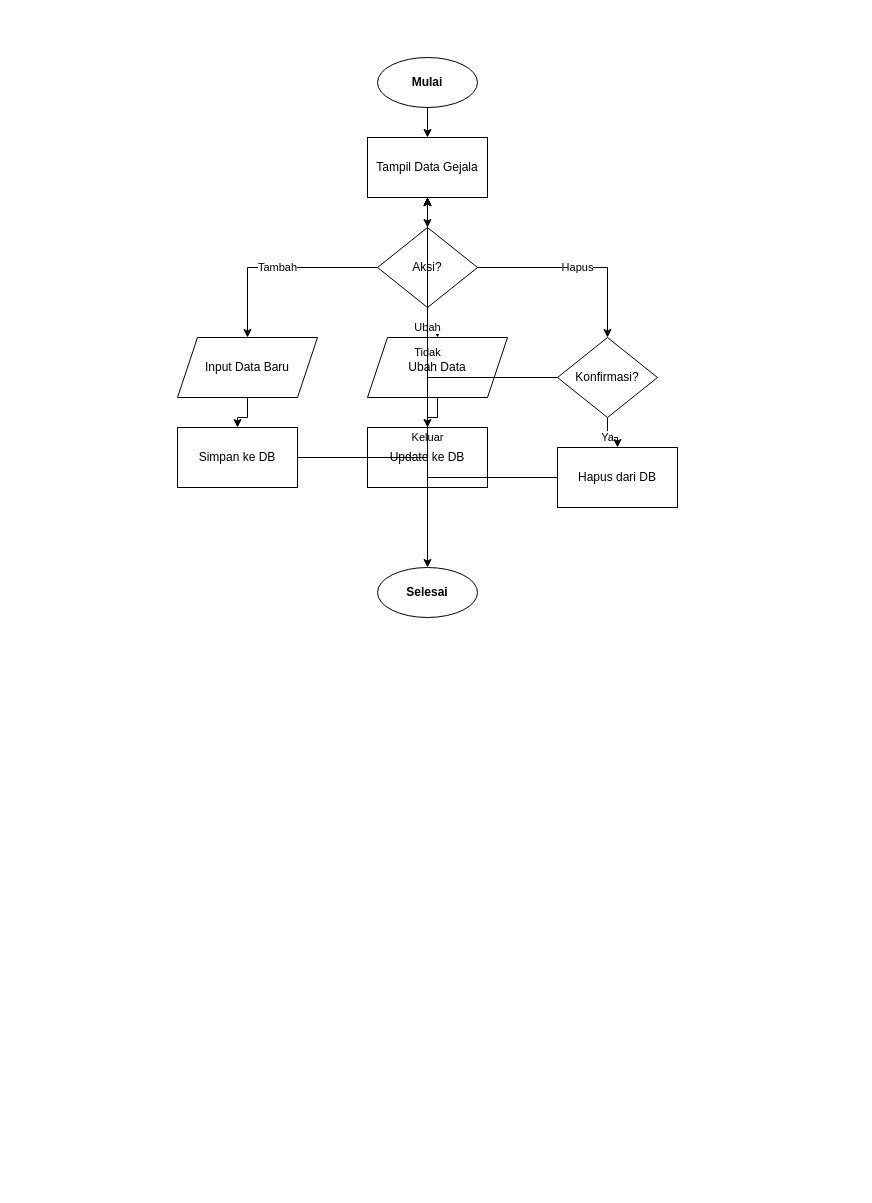
This is diagram/flowchart/admin_gejala.drawio from Jinsky/Jinsky, a draw.io file, before an edit. Source tidied: cells renumbered, new cells numbered last; positions are measured from the earlier drawing's top-left corner, leaving out a move shared by most shapes. Both pictures are drawn from the tidied source at 100%, with x=0, y=0 at pixel (27, 17).
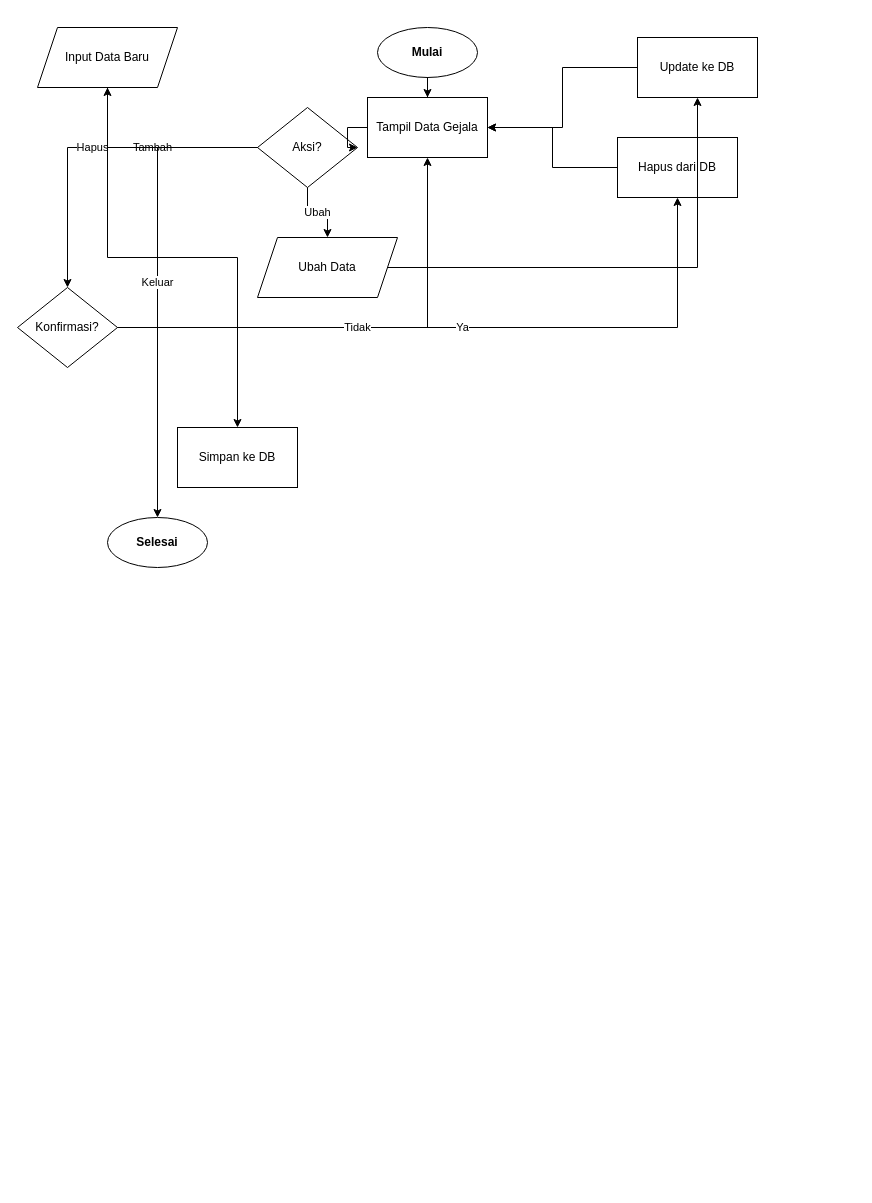
After the change.

Commit message (it also covers changes not shown here):
refactor: improve layout and structure of flowchart diagrams for admin rules and symptoms

Unchanged cells that the change refers to:
```xml
<mxCell id="7" value="Simpan ke DB" style="rounded=0;whiteSpace=wrap;html=1;fontSize=12;fillColor=#ffffff;strokeColor=#000000;" parent="1" vertex="1">
  <mxGeometry x="150" y="410" width="120" height="60" as="geometry" />
</mxCell>
```

Change to the diagram source:
```diff
@@
     <mxCell id="3" value="Mulai" style="ellipse;whiteSpace=wrap;html=1;fontStyle=1;fontSize=12;fillColor=#ffffff;strokeColor=#000000;" parent="1" vertex="1">
-      <mxGeometry x="350" y="40" width="100" height="50" as="geometry" />
+      <mxGeometry x="350" y="10" width="100" height="50" as="geometry" />
     </mxCell>
     <mxCell id="4" value="Tampil Data Gejala" style="rounded=0;whiteSpace=wrap;html=1;fontSize=12;fillColor=#ffffff;strokeColor=#000000;" parent="1" vertex="1">
-      <mxGeometry x="340" y="120" width="120" height="60" as="geometry" />
+      <mxGeometry x="340" y="80" width="120" height="60" as="geometry" />
     </mxCell>
     <mxCell id="5" value="Aksi?" style="rhombus;whiteSpace=wrap;html=1;fontSize=12;fillColor=#ffffff;strokeColor=#000000;" parent="1" vertex="1">
-      <mxGeometry x="350" y="210" width="100" height="80" as="geometry" />
+      <mxGeometry x="230" y="90" width="100" height="80" as="geometry" />
     </mxCell>
     <mxCell id="6" value="Input Data Baru" style="shape=parallelogram;perimeter=parallelogramPerimeter;whiteSpace=wrap;html=1;fixedSize=1;fontSize=12;fillColor=#ffffff;strokeColor=#000000;" parent="1" vertex="1">
-      <mxGeometry x="150" y="320" width="140" height="60" as="geometry" />
+      <mxGeometry x="10" y="10" width="140" height="60" as="geometry" />
     </mxCell>
@@
     <mxCell id="8" value="Ubah Data" style="shape=parallelogram;perimeter=parallelogramPerimeter;whiteSpace=wrap;html=1;fixedSize=1;fontSize=12;fillColor=#ffffff;strokeColor=#000000;" parent="1" vertex="1">
-      <mxGeometry x="340" y="320" width="140" height="60" as="geometry" />
+      <mxGeometry x="230" y="220" width="140" height="60" as="geometry" />
     </mxCell>
     <mxCell id="9" value="Update ke DB" style="rounded=0;whiteSpace=wrap;html=1;fontSize=12;fillColor=#ffffff;strokeColor=#000000;" parent="1" vertex="1">
-      <mxGeometry x="340" y="410" width="120" height="60" as="geometry" />
+      <mxGeometry x="610" y="20" width="120" height="60" as="geometry" />
     </mxCell>
     <mxCell id="10" value="Konfirmasi?" style="rhombus;whiteSpace=wrap;html=1;fontSize=12;fillColor=#ffffff;strokeColor=#000000;" parent="1" vertex="1">
-      <mxGeometry x="530" y="320" width="100" height="80" as="geometry" />
+      <mxGeometry x="-10" y="270" width="100" height="80" as="geometry" />
     </mxCell>
     <mxCell id="11" value="Hapus dari DB" style="rounded=0;whiteSpace=wrap;html=1;fontSize=12;fillColor=#ffffff;strokeColor=#000000;" parent="1" vertex="1">
-      <mxGeometry x="530" y="430" width="120" height="60" as="geometry" />
+      <mxGeometry x="590" y="120" width="120" height="60" as="geometry" />
     </mxCell>
     <mxCell id="12" value="Selesai" style="ellipse;whiteSpace=wrap;html=1;fontStyle=1;fontSize=12;fillColor=#ffffff;strokeColor=#000000;" parent="1" vertex="1">
-      <mxGeometry x="350" y="550" width="100" height="50" as="geometry" />
+      <mxGeometry x="80" y="500" width="100" height="50" as="geometry" />
     </mxCell>
@@
-    <mxCell id="20" style="edgeStyle=orthogonalEdgeStyle;rounded=0;jettySize=auto;html=1;strokeColor=#000000;fontSize=11;" parent="1" edge="1" source="7" target="4">
-      <mxGeometry relative="1" as="geometry" />
-    </mxCell>
```
